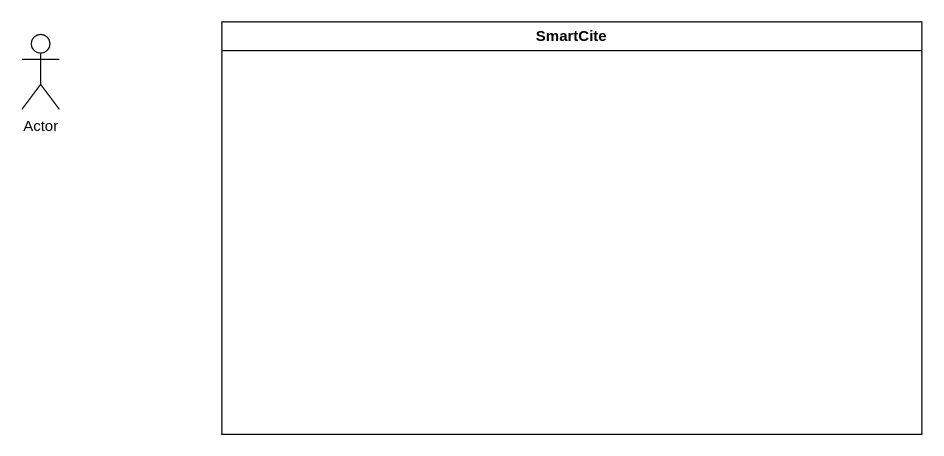
The draw.io diagram diagrams/smartCite_Diagram.drawio in VYoungui/SmartCite, before the edit. Source tidied: cells renumbered, new cells numbered last; positions are measured from the earlier drawing's top-left corner, leaving out a move shared by most shapes. Both pictures are drawn from the tidied source at 125%, with x=0, y=0 at pixel (21, 21).
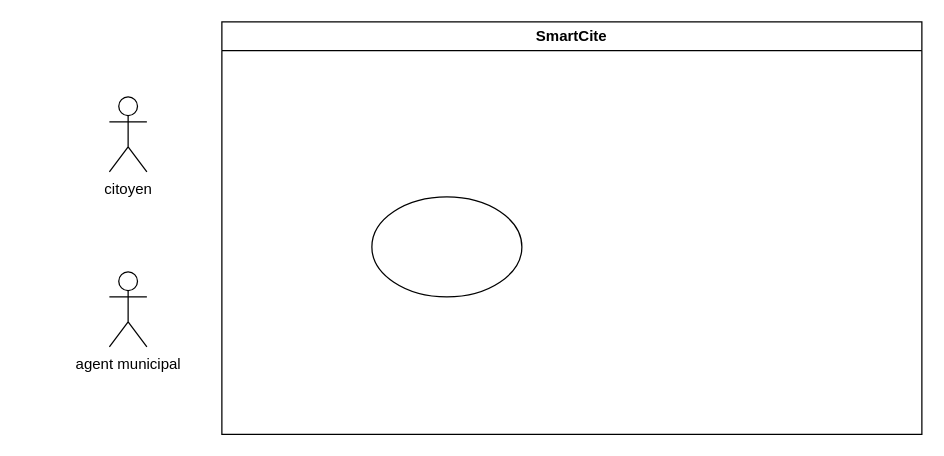
Above is the later version.

Commit message (it also covers changes not shown here):
Mettre à jour smartCite_Diagram.drawio

Change to the diagram source:
```diff
@@
 <mxGraphModel>
   <root>
     <mxCell id="0" />
     <mxCell id="1" parent="0" />
     <mxCell id="2" value="SmartCite" style="swimlane;whiteSpace=wrap;html=1;" parent="1" vertex="1">
       <mxGeometry x="160" width="560" height="330" as="geometry" />
     </mxCell>
-    <mxCell id="3" value="Actor" style="shape=umlActor;verticalLabelPosition=bottom;verticalAlign=top;html=1;" parent="1" vertex="1">
-      <mxGeometry y="10" width="30" height="60" as="geometry" />
-    </mxCell>
+    <mxCell id="4" value="citoyen&lt;div&gt;&lt;br&gt;&lt;/div&gt;" style="shape=umlActor;verticalLabelPosition=bottom;verticalAlign=top;html=1;" parent="1" vertex="1">
+      <mxGeometry x="70" y="60" width="30" height="60" as="geometry" />
+    </mxCell>
+    <mxCell id="5" value="agent municipal" style="shape=umlActor;verticalLabelPosition=bottom;verticalAlign=top;html=1;" parent="1" vertex="1">
+      <mxGeometry x="70" y="200" width="30" height="60" as="geometry" />
+    </mxCell>
+    <mxCell id="6" style="ellipse;whiteSpace=wrap;html=1;" parent="1" vertex="1">
+      <mxGeometry x="280" y="140" width="120" height="80" as="geometry" />
+    </mxCell>
   </root>
 </mxGraphModel>
```
